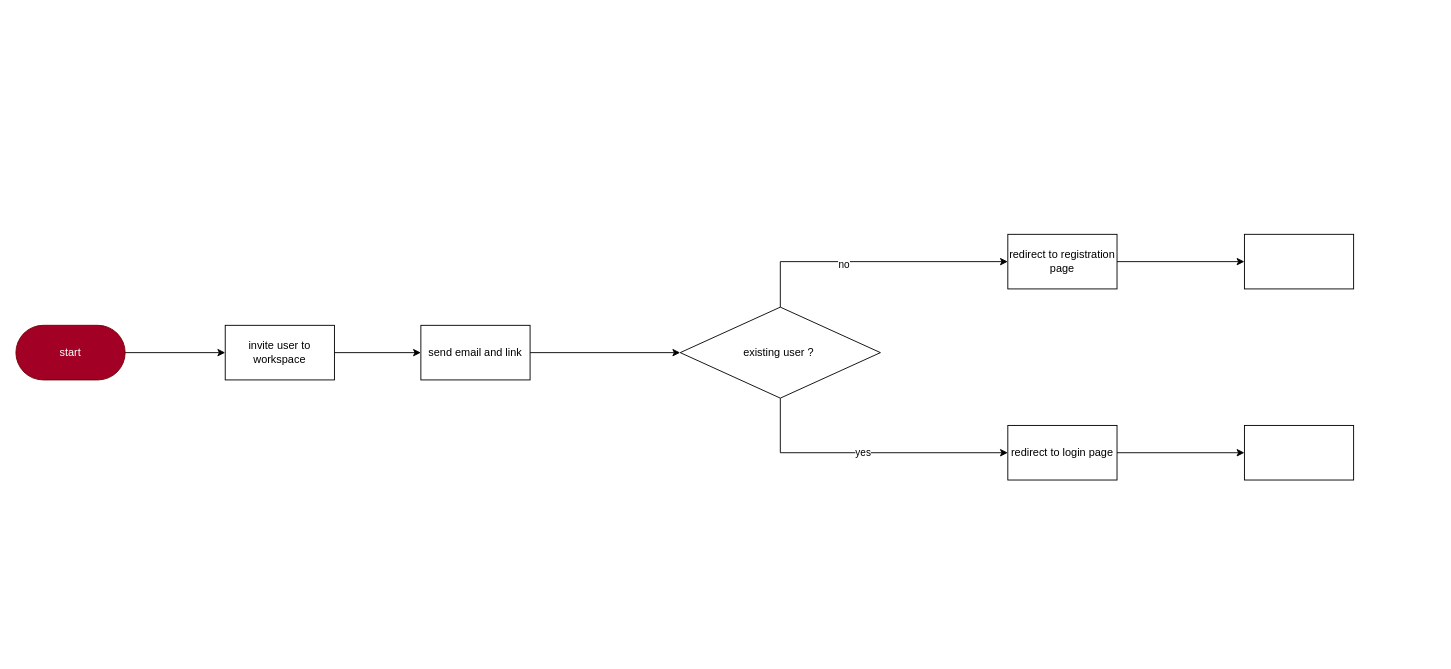
This is page "invitation#" (5 of 5) of sketch.drawio from danirisdiandita/Startup-Monorepo-Template, a draw.io file, before an edit. Source tidied: cells renumbered, new cells numbered last; positions are measured from the earlier drawing's top-left corner, leaving out a move shared by most shapes. Both pictures are drawn from the tidied source at 91%, with x=0, y=0 at pixel (15, 234).
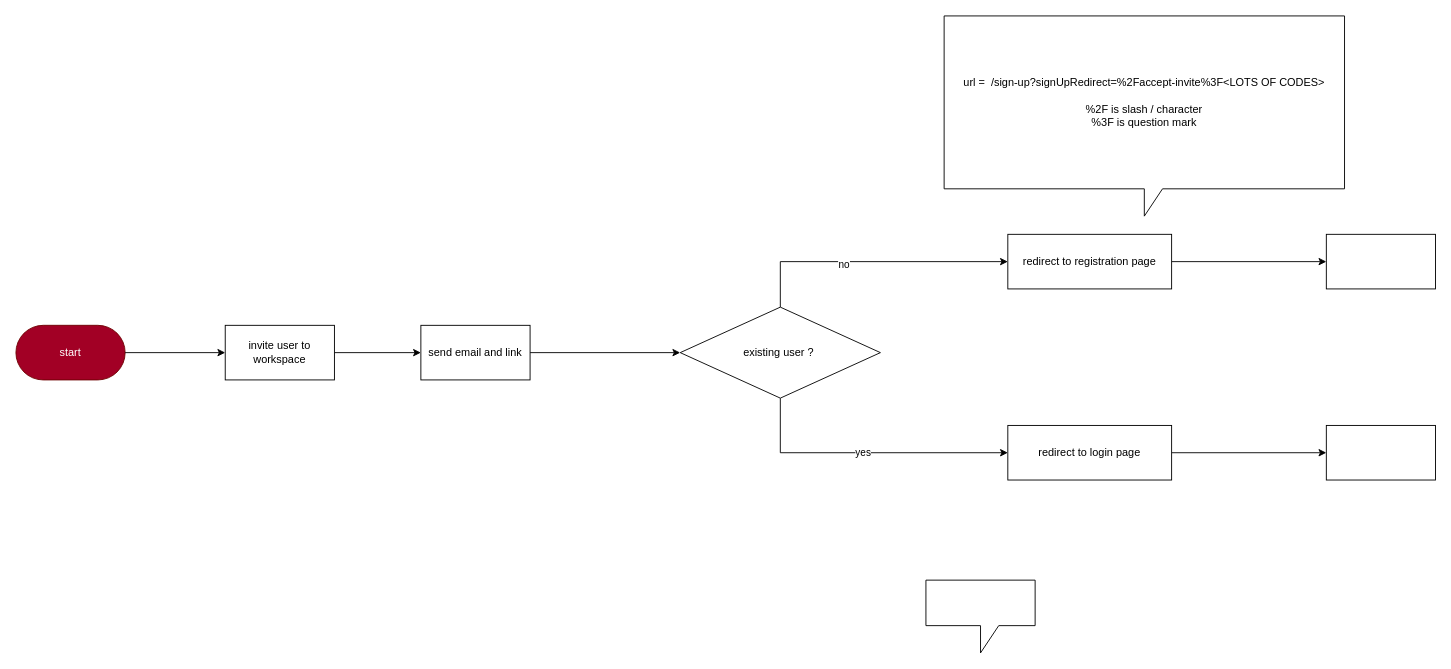
The same page after the edit.

Change to the diagram source:
```diff
@@
     <mxCell id="14" value="redirect to registration page" style="rounded=0;whiteSpace=wrap;html=1;" parent="1" vertex="1">
-      <mxGeometry x="1090" width="120" height="60" as="geometry" />
+      <mxGeometry x="1090" width="180" height="60" as="geometry" />
     </mxCell>
@@
     <mxCell id="16" value="redirect to login page" style="rounded=0;whiteSpace=wrap;html=1;" parent="1" vertex="1">
-      <mxGeometry x="1090" y="210" width="120" height="60" as="geometry" />
+      <mxGeometry x="1090" y="210" width="180" height="60" as="geometry" />
     </mxCell>
-    <mxCell id="17" style="rounded=0;whiteSpace=wrap;html=1;" parent="1" vertex="1">
-      <mxGeometry x="1350" width="120" height="60" as="geometry" />
+    <mxCell id="17" value="&amp;nbsp;" style="rounded=0;whiteSpace=wrap;html=1;" parent="1" vertex="1">
+      <mxGeometry x="1440" width="120" height="60" as="geometry" />
     </mxCell>
     <mxCell id="18" style="rounded=0;whiteSpace=wrap;html=1;" parent="1" vertex="1">
-      <mxGeometry x="1350" y="210" width="120" height="60" as="geometry" />
+      <mxGeometry x="1440" y="210" width="120" height="60" as="geometry" />
     </mxCell>
+    <mxCell id="19" value="url =&amp;nbsp; /sign-up?signUpRedirect=%2Faccept-invite%3F&amp;lt;LOTS OF CODES&amp;gt;&lt;br&gt;&lt;br&gt;%2F is slash / character&lt;br&gt;%3F is question mark" style="shape=callout;whiteSpace=wrap;html=1;perimeter=calloutPerimeter;" parent="1" vertex="1">
+      <mxGeometry x="1020" y="-240" width="440" height="220" as="geometry" />
+    </mxCell>
+    <mxCell id="20" style="shape=callout;whiteSpace=wrap;html=1;perimeter=calloutPerimeter;" parent="1" vertex="1">
+      <mxGeometry x="1000" y="380" width="120" height="80" as="geometry" />
+    </mxCell>
```
